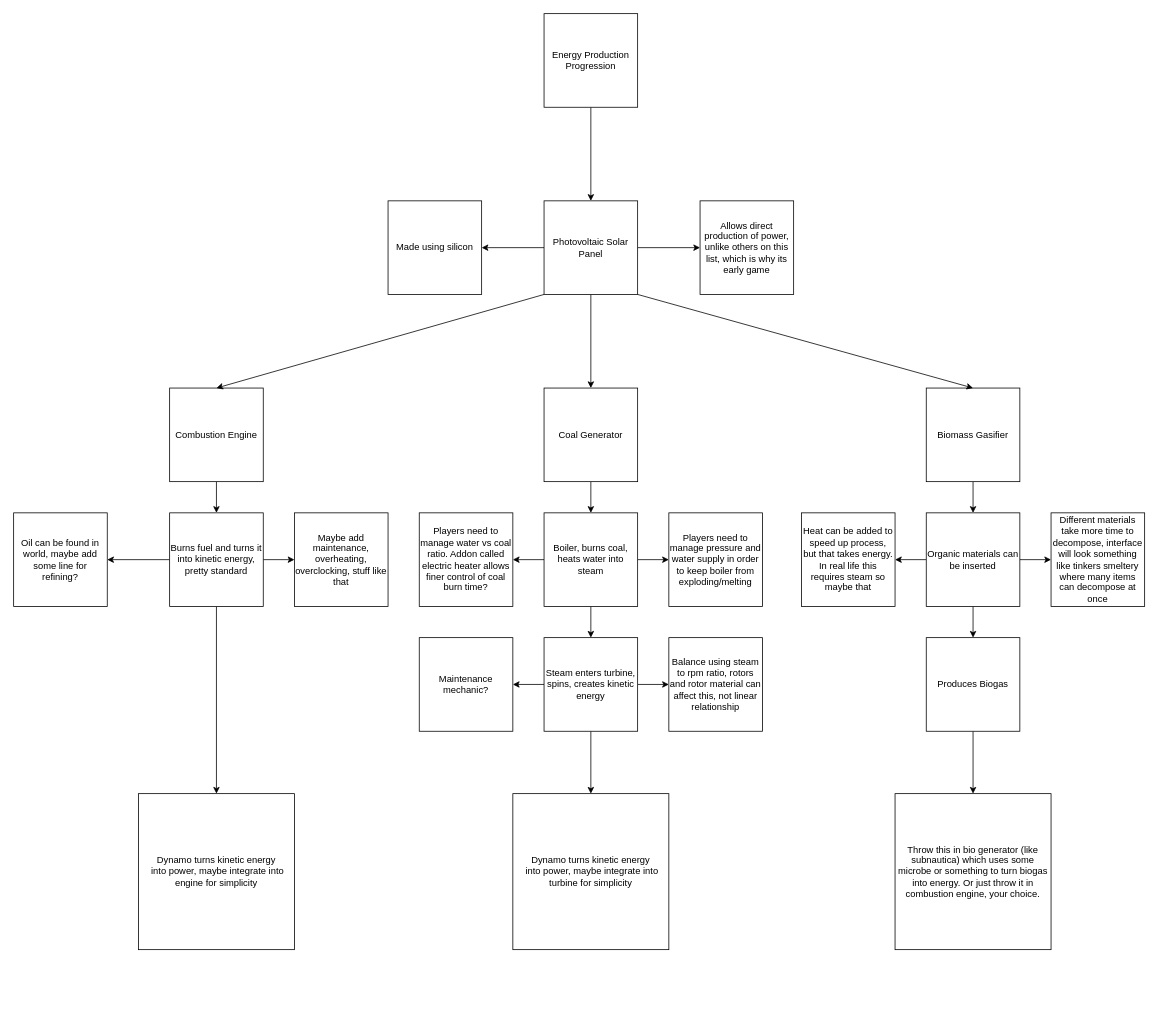
The draw.io diagram page "Energy Production" (5 of 5) of SynchromaProgression.drawio in x3rdev/Synchroma, before the edit. Source tidied: cells renumbered, new cells numbered last; positions are measured from the earlier drawing's top-left corner, leaving out a move shared by most shapes. Both pictures are drawn from the tidied source at 78%, with x=0, y=0 at pixel (13, 13).
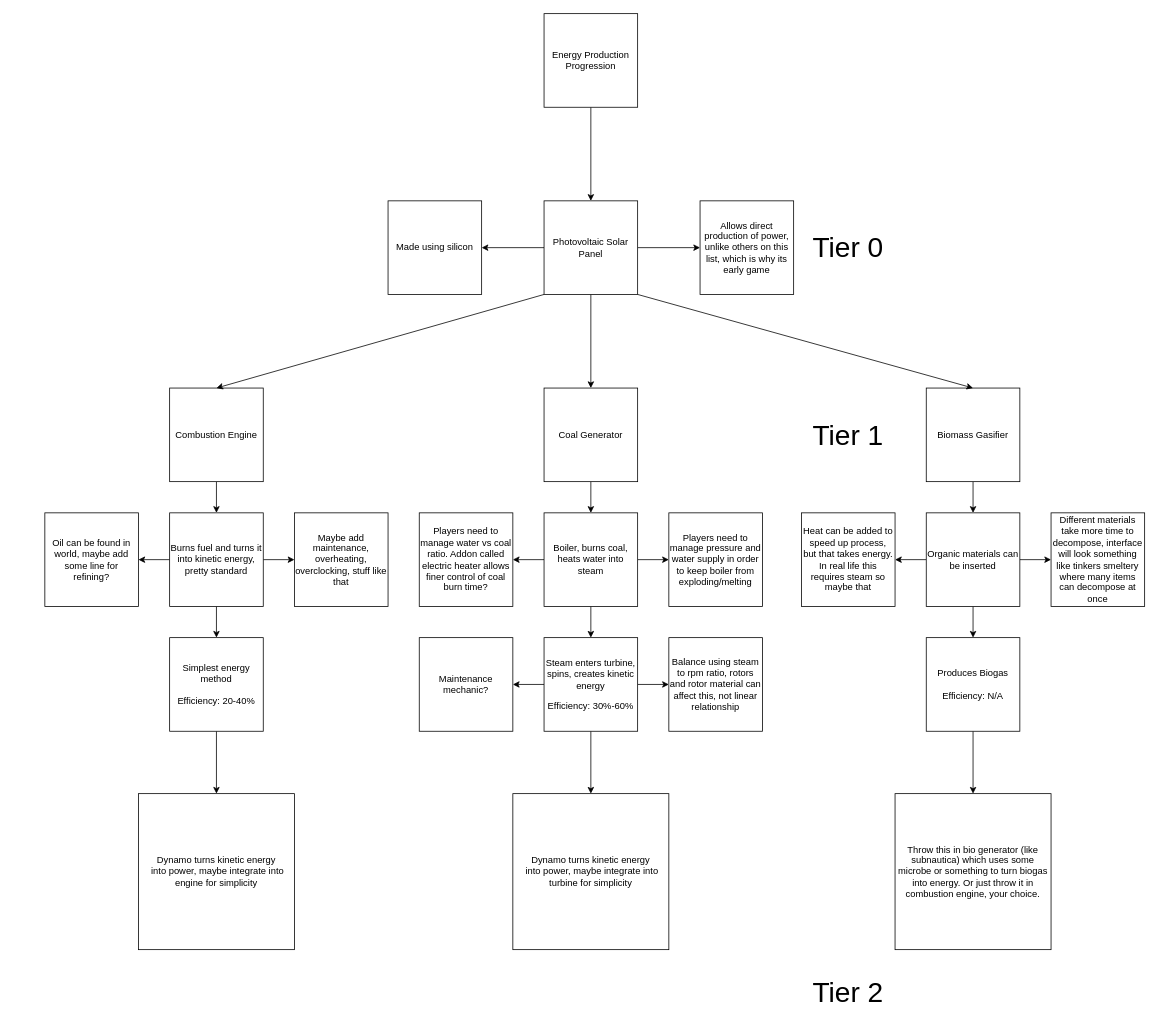
The same page after the edit.

Unchanged cells that the change refers to:
```xml
<mxCell id="42" value="Burns fuel and turns it into kinetic energy, pretty standard" style="whiteSpace=wrap;html=1;" parent="1" vertex="1">
  <mxGeometry x="200" y="640" width="120" height="120" as="geometry" />
</mxCell>
<mxCell id="46" value="&lt;div&gt;Dynamo turns kinetic energy&lt;/div&gt;&lt;div&gt;&amp;nbsp;into power, maybe integrate into engine for simplicity&lt;/div&gt;" style="whiteSpace=wrap;html=1;" parent="1" vertex="1">
  <mxGeometry x="160" y="1000" width="200" height="200" as="geometry" />
</mxCell>
```

The edit, as a diff of the source:
```diff
@@
-    <mxCell id="27" value="&lt;p&gt;Steam enters turbine, spins, creates kinetic energy&lt;/p&gt;" style="whiteSpace=wrap;html=1;" parent="1" vertex="1">
+    <mxCell id="27" value="&lt;p&gt;Steam enters turbine, spins, creates kinetic energy&lt;/p&gt;&lt;p&gt;Efficiency: 30%-60%&lt;br&gt;&lt;/p&gt;" style="whiteSpace=wrap;html=1;" parent="1" vertex="1">
       <mxGeometry x="680" y="800" width="120" height="120" as="geometry" />
     </mxCell>
@@
-    <mxCell id="38" value="Produces Biogas" style="whiteSpace=wrap;html=1;" parent="1" vertex="1">
+    <mxCell id="38" value="&lt;div&gt;Produces Biogas&lt;/div&gt;&lt;div&gt;&lt;br&gt;&lt;/div&gt;&lt;div&gt;Efficiency: N/A&lt;/div&gt;" style="whiteSpace=wrap;html=1;" parent="1" vertex="1">
       <mxGeometry x="1170" y="800" width="120" height="120" as="geometry" />
     </mxCell>
@@
-    <mxCell id="41" style="edgeStyle=orthogonalEdgeStyle;rounded=0;jettySize=auto;html=1;entryX=0.5;entryY=0;entryDx=0;entryDy=0;" parent="1" edge="1" source="42" target="46">
-      <mxGeometry relative="1" as="geometry" />
-    </mxCell>
+    <mxCell id="47" style="edgeStyle=orthogonalEdgeStyle;rounded=0;jettySize=auto;html=1;" parent="1" edge="1" source="42" target="52">
+      <mxGeometry relative="1" as="geometry" />
+    </mxCell>
@@
     <mxCell id="43" value="Oil can be found in world, maybe add some line for refining?" style="whiteSpace=wrap;html=1;" parent="1" vertex="1">
-      <mxGeometry y="640" width="120" height="120" as="geometry" />
+      <mxGeometry x="40" y="640" width="120" height="120" as="geometry" />
     </mxCell>
@@
+    <mxCell id="48" value="Tier 0" style="text;html=1;strokeColor=none;fillColor=none;align=center;verticalAlign=middle;whiteSpace=wrap;rounded=0;fontSize=36;" parent="1" vertex="1">
+      <mxGeometry x="1020" y="285" width="100" height="30" as="geometry" />
+    </mxCell>
+    <mxCell id="49" value="Tier 1" style="text;html=1;strokeColor=none;fillColor=none;align=center;verticalAlign=middle;whiteSpace=wrap;rounded=0;fontSize=36;" parent="1" vertex="1">
+      <mxGeometry x="1020" y="525" width="100" height="30" as="geometry" />
+    </mxCell>
+    <mxCell id="50" value="&lt;div&gt;Tier 2&lt;/div&gt;" style="text;html=1;strokeColor=none;fillColor=none;align=center;verticalAlign=middle;whiteSpace=wrap;rounded=0;fontSize=36;" parent="1" vertex="1">
+      <mxGeometry x="1020" y="1240" width="100" height="30" as="geometry" />
+    </mxCell>
+    <mxCell id="51" style="edgeStyle=orthogonalEdgeStyle;rounded=0;jettySize=auto;html=1;" parent="1" edge="1" source="52" target="46">
+      <mxGeometry relative="1" as="geometry" />
+    </mxCell>
+    <mxCell id="52" value="&lt;div&gt;Simplest energy method&lt;/div&gt;&lt;div&gt;&lt;br&gt;&lt;/div&gt;&lt;div&gt;Efficiency: 20-40%&lt;br&gt;&lt;/div&gt;" style="whiteSpace=wrap;html=1;" parent="1" vertex="1">
+      <mxGeometry x="200" y="800" width="120" height="120" as="geometry" />
+    </mxCell>
```
